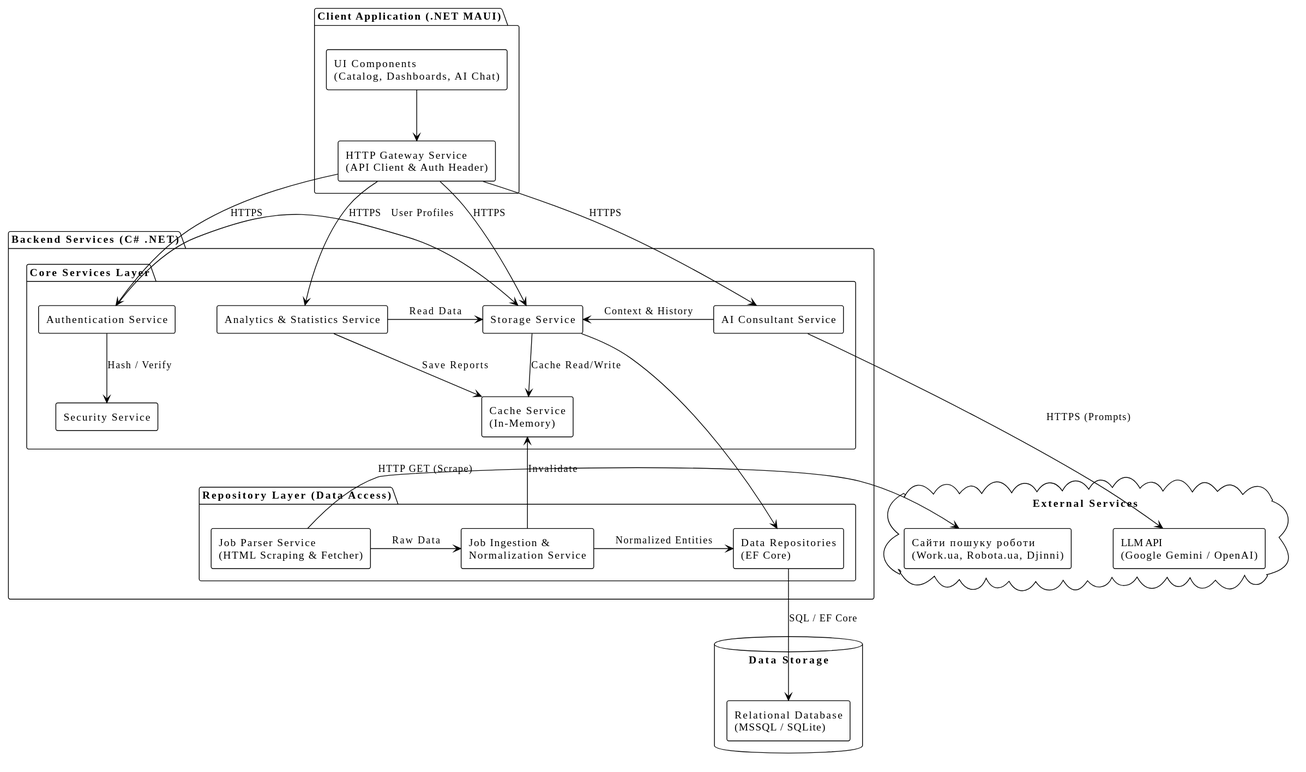
ukma-fin-ssdm-2026/waterfall keeps this PlantUML diagram as docs/architecture/uml/component-diagram.svg. Above is the earlier version.
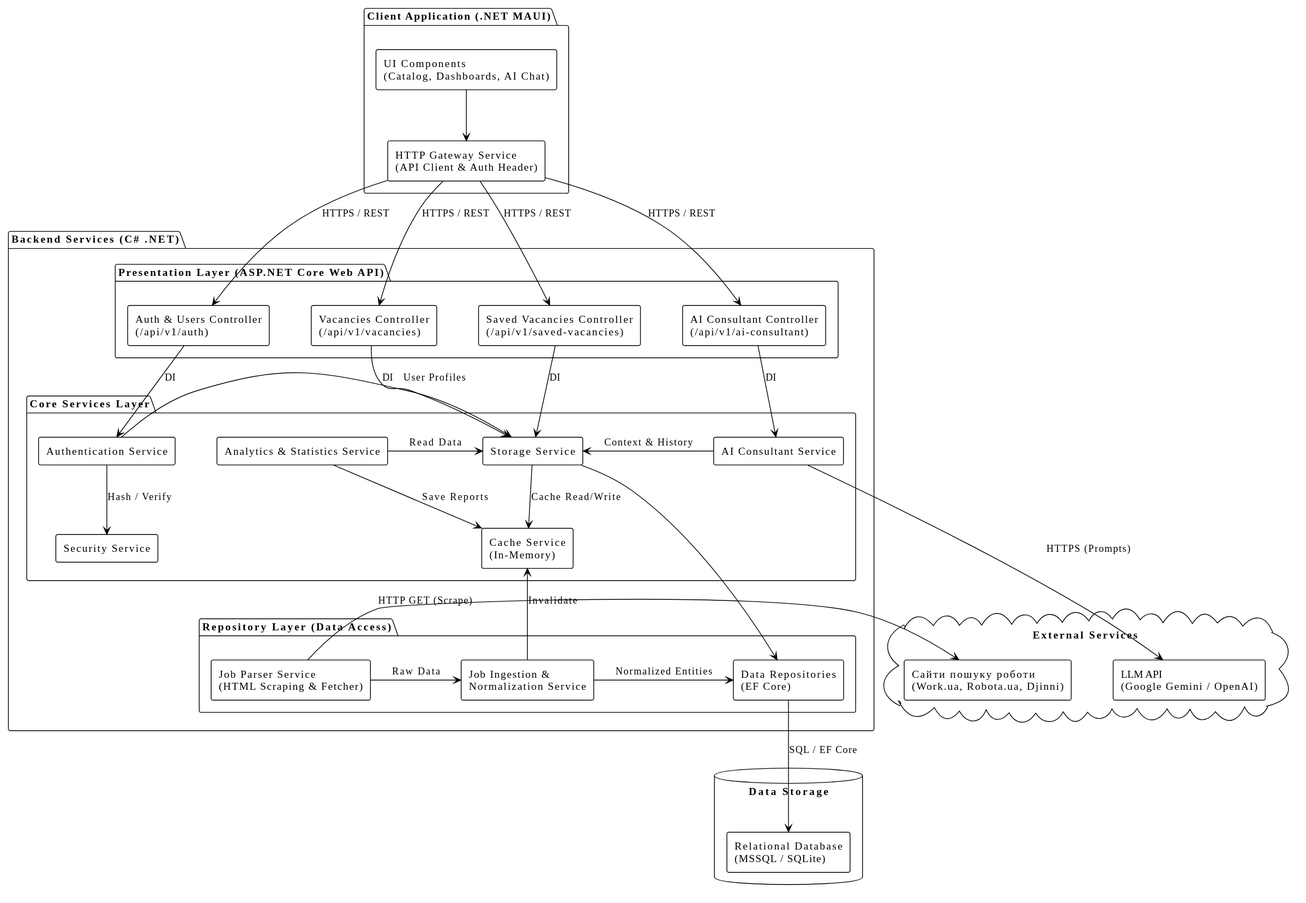
After the change.

The edit, as a diff of the source:
```diff
@@ -13,6 +13,13 @@
 }
 
 package "Backend Services (C# .NET)" {
+    package "Presentation Layer (ASP.NET Core Web API)" {
+        [Vacancies Controller\n(/api/v1/vacancies)] as VacanciesCtrl
+        [Saved Vacancies Controller\n(/api/v1/saved-vacancies)] as SavedVacanciesCtrl
+        [Auth & Users Controller\n(/api/v1/auth)] as AuthCtrl
+        [AI Consultant Controller\n(/api/v1/ai-consultant)] as AICtrl
+    }
+
     package "Core Services Layer" {
         [Authentication Service] as AuthService
         [Storage Service] as StorageService
@@ -42,6 +49,11 @@
         IngestionService -right-> Repo : Normalized Entities
         IngestionService -up-> CacheService : Invalidate
     }
+
+    VacanciesCtrl -down-> StorageService : DI
+    SavedVacanciesCtrl -down-> StorageService : DI
+    AuthCtrl -down-> AuthService : DI
+    AICtrl -down-> AIService : DI
 }
 
 database "Data Storage" {
@@ -53,10 +65,10 @@
     [Сайти пошуку роботи\n(Work.ua, Robota.ua, Djinni)] as JobSites
 }
 
-HTTPGateway -down-> AuthService : HTTPS
-HTTPGateway -down-> StorageService : HTTPS
-HTTPGateway -down-> AnalyticsService : HTTPS
-HTTPGateway -down-> AIService : HTTPS
+HTTPGateway -down-> VacanciesCtrl : HTTPS / REST
+HTTPGateway -down-> SavedVacanciesCtrl : HTTPS / REST
+HTTPGateway -down-> AuthCtrl : HTTPS / REST
+HTTPGateway -down-> AICtrl : HTTPS / REST
 
 StorageService -down-> Repo
 Repo -down-> DB : SQL / EF Core
```
